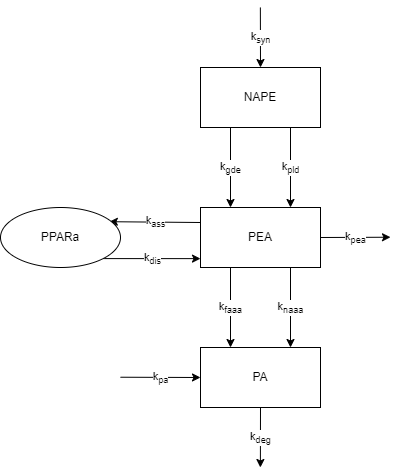
Above: Model.drawio.png in Atzetra/Model (draw.io), before the change. Source tidied: cells renumbered, new cells last; positions are measured from the earlier drawing's top-left corner, leaving out a move shared by most shapes.
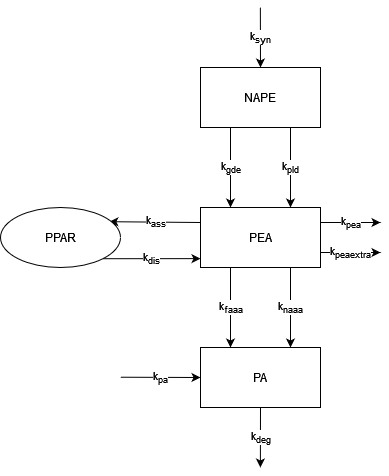
Later version of the same file.

Commit message:
Round up model

What changed in the source:
```diff
@@ -25,11 +25,16 @@
     <mxCell id="8" value="k&lt;sub&gt;faaa&lt;/sub&gt;" style="edgeStyle=none;rounded=0;sketch=0;jumpStyle=gap;jettySize=auto;html=1;exitX=0.25;exitY=1;exitDx=0;exitDy=0;entryX=0.25;entryY=0;entryDx=0;entryDy=0;startArrow=none;startFill=0;targetPerimeterSpacing=0;" parent="1" edge="1" source="10" target="13">
       <mxGeometry relative="1" as="geometry" />
     </mxCell>
-    <mxCell id="9" value="k&lt;sub&gt;pea&lt;/sub&gt;" style="edgeStyle=none;rounded=0;sketch=0;jumpStyle=gap;jettySize=auto;html=1;exitX=1;exitY=0.5;exitDx=0;exitDy=0;startArrow=none;startFill=0;targetPerimeterSpacing=0;" parent="1" edge="1" source="10">
+    <mxCell id="9" value="k&lt;sub&gt;pea&lt;/sub&gt;" style="edgeStyle=orthogonalEdgeStyle;rounded=0;jettySize=auto;html=1;exitX=1;exitY=0.25;exitDx=0;exitDy=0;" parent="1" edge="1" source="10">
       <mxGeometry relative="1" as="geometry">
-        <mxPoint x="390" y="229.7" as="targetPoint" />
+        <mxPoint x="380" y="215" as="targetPoint" />
       </mxGeometry>
     </mxCell>
+    <mxCell id="16" value="k&lt;sub&gt;peaextra&lt;/sub&gt;" style="edgeStyle=orthogonalEdgeStyle;rounded=0;jettySize=auto;html=1;exitX=1;exitY=0.75;exitDx=0;exitDy=0;" parent="1" edge="1" source="10">
+      <mxGeometry relative="1" as="geometry">
+        <mxPoint x="380" y="245" as="targetPoint" />
+      </mxGeometry>
+    </mxCell>
     <mxCell id="10" value="PEA" style="whiteSpace=wrap;html=1;rounded=0;" parent="1" vertex="1">
       <mxGeometry x="200" y="200" width="120" height="60" as="geometry" />
     </mxCell>
@@ -49,7 +54,7 @@
     <mxCell id="14" value="k&lt;sub&gt;dis&lt;/sub&gt;" style="edgeStyle=orthogonalEdgeStyle;rounded=0;sketch=0;jumpStyle=gap;jettySize=auto;html=1;exitX=1;exitY=1;exitDx=0;exitDy=0;entryX=0;entryY=0.852;entryDx=0;entryDy=0;entryPerimeter=0;startArrow=none;startFill=0;targetPerimeterSpacing=0;" parent="1" edge="1" source="15" target="10">
       <mxGeometry relative="1" as="geometry" />
     </mxCell>
-    <mxCell id="15" value="PPARa" style="ellipse;whiteSpace=wrap;html=1;rounded=0;" parent="1" vertex="1">
+    <mxCell id="15" value="PPAR" style="ellipse;whiteSpace=wrap;html=1;rounded=0;" parent="1" vertex="1">
       <mxGeometry y="200" width="120" height="60" as="geometry" />
     </mxCell>
   </root>
```
